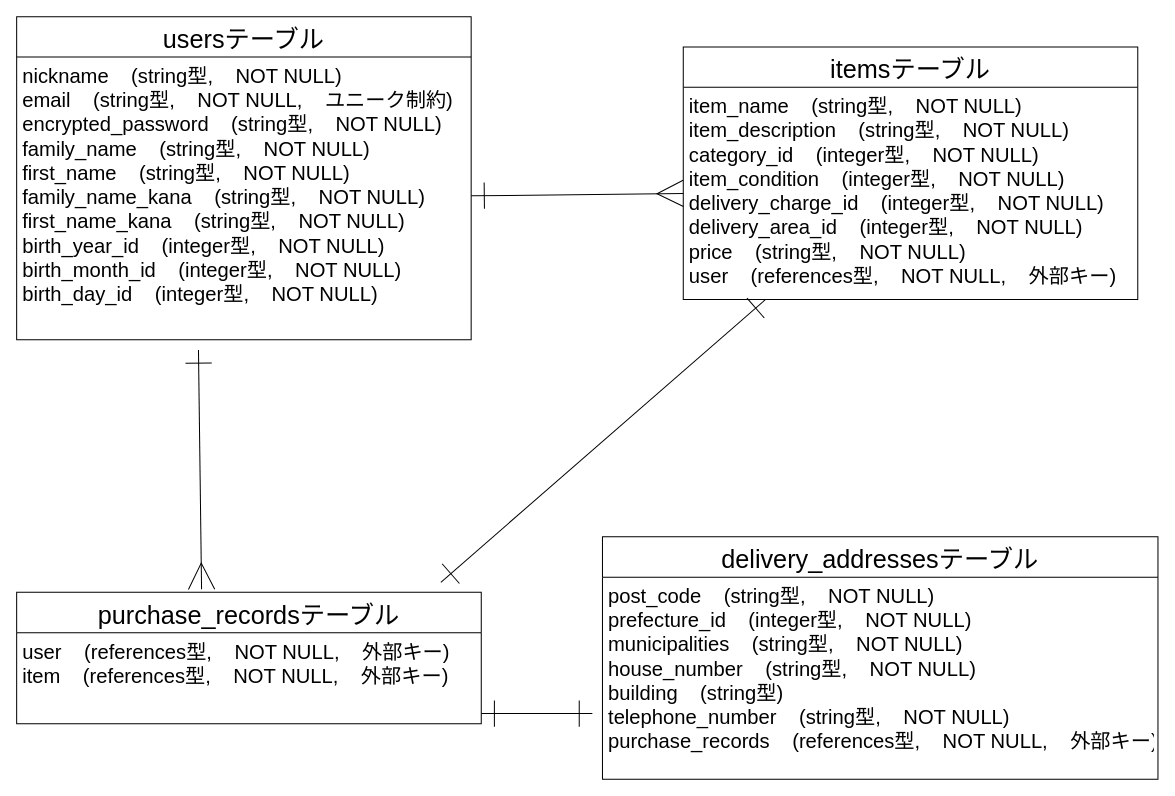
mth3428/furima-38429 keeps this draw.io diagram as furima-38429.dio. Above is the earlier version. Source tidied: cells renumbered, new cells numbered last; positions are measured from the earlier drawing's top-left corner, leaving out a move shared by most shapes. Both pictures are drawn from the tidied source at 101%, with x=0, y=0 at pixel (16, 16).
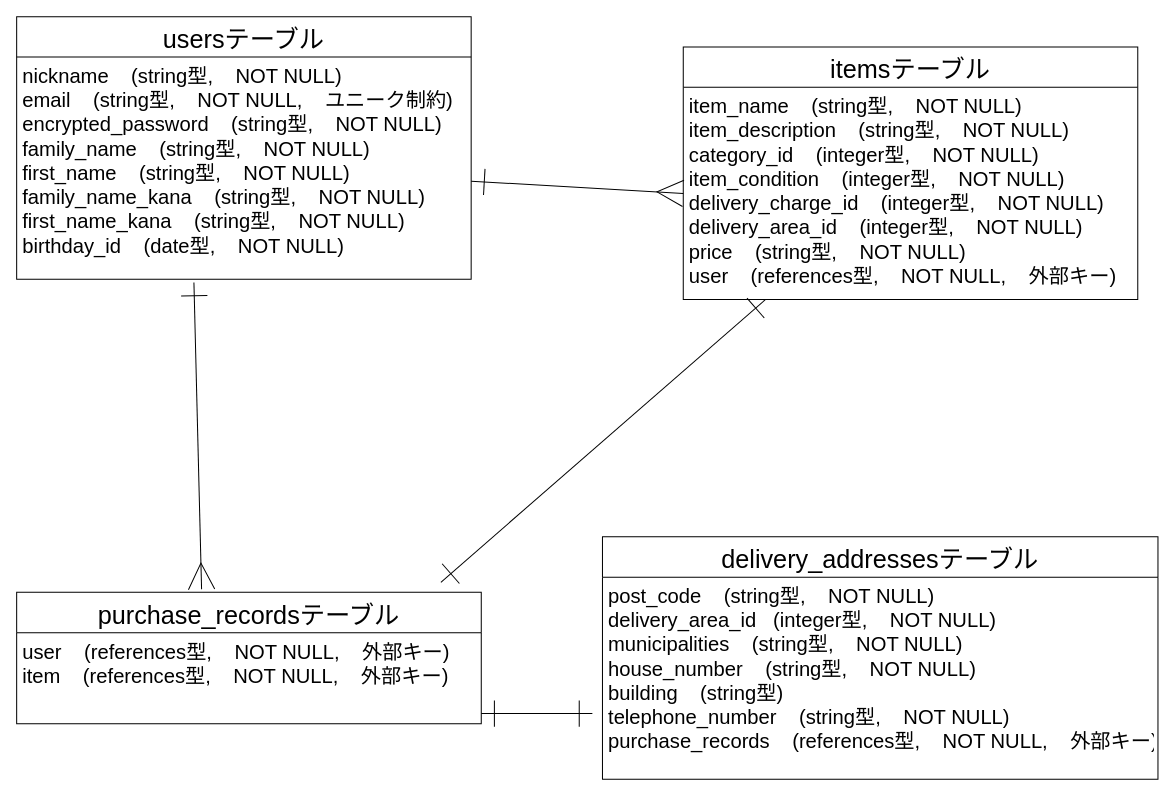
Above is the later version.

Commit message (it also covers changes not shown here):
READMEとER図の編集

The edit, as a diff of the source:
```diff
@@
 <mxGraphModel>
   <root>
     <mxCell id="0" />
     <mxCell id="1" parent="0" />
     <mxCell id="2" value="usersテーブル" style="swimlane;fontStyle=0;horizontal=1;startSize=40;align=center;fontSize=25;" parent="1" vertex="1">
-      <mxGeometry width="450" height="320" as="geometry" />
+      <mxGeometry width="450" height="260" as="geometry" />
     </mxCell>
-    <mxCell id="3" value="nickname    (string型,    NOT NULL)&#10;email    (string型,    NOT NULL,    ユニーク制約)&#10;encrypted_password    (string型,    NOT NULL)&#10;family_name    (string型,    NOT NULL)&#10;first_name    (string型,    NOT NULL)&#10;family_name_kana    (string型,    NOT NULL)&#10;first_name_kana    (string型,    NOT NULL)&#10;birth_year_id    (integer型,    NOT NULL)&#10;birth_month_id    (integer型,    NOT NULL)&#10;birth_day_id    (integer型,    NOT NULL)&#10;" style="text;strokeColor=none;fillColor=none;spacingLeft=4;spacingRight=4;overflow=hidden;points=[[0,0.5],[1,0.5]];portConstraint=eastwest;fontSize=20;" parent="2" vertex="1">
-      <mxGeometry y="40" width="450" height="280" as="geometry" />
+    <mxCell id="3" value="nickname    (string型,    NOT NULL)&#10;email    (string型,    NOT NULL,    ユニーク制約)&#10;encrypted_password    (string型,    NOT NULL)&#10;family_name    (string型,    NOT NULL)&#10;first_name    (string型,    NOT NULL)&#10;family_name_kana    (string型,    NOT NULL)&#10;first_name_kana    (string型,    NOT NULL)&#10;birthday_id    (date型,    NOT NULL)&#10;" style="text;strokeColor=none;fillColor=none;spacingLeft=4;spacingRight=4;overflow=hidden;points=[[0,0.5],[1,0.5]];portConstraint=eastwest;fontSize=20;" parent="2" vertex="1">
+      <mxGeometry y="40" width="450" height="220" as="geometry" />
     </mxCell>
     <mxCell id="4" style="edgeStyle=none;html=1;fontSize=17;startArrow=ERone;startFill=0;endArrow=ERone;endFill=0;startSize=24;endSize=24;strokeWidth=1;" parent="1" edge="1" source="5">
       <mxGeometry relative="1" as="geometry">
         <mxPoint x="420" y="560" as="targetPoint" />
       </mxGeometry>
     </mxCell>
     <mxCell id="5" value="itemsテーブル" style="swimlane;fontStyle=0;horizontal=1;startSize=40;align=center;fontSize=25;" parent="1" vertex="1">
       <mxGeometry x="660" y="30" width="450" height="250" as="geometry" />
     </mxCell>
     <mxCell id="6" value="item_name    (string型,    NOT NULL)&#10;item_description    (string型,    NOT NULL)&#10;category_id    (integer型,    NOT NULL)&#10;item_condition    (integer型,    NOT NULL)&#10;delivery_charge_id    (integer型,    NOT NULL)&#10;delivery_area_id    (integer型,    NOT NULL)&#10;price    (string型,    NOT NULL)&#10;user    (references型,    NOT NULL,    外部キー)&#10;&#10;" style="text;strokeColor=none;fillColor=none;spacingLeft=4;spacingRight=4;overflow=hidden;points=[[0,0.5],[1,0.5]];portConstraint=eastwest;fontSize=20;" parent="5" vertex="1">
       <mxGeometry y="40" width="450" height="210" as="geometry" />
     </mxCell>
     <mxCell id="7" value="purchase_recordsテーブル" style="swimlane;fontStyle=0;horizontal=1;startSize=40;align=center;fontSize=25;" parent="1" vertex="1">
       <mxGeometry y="570" width="460" height="130" as="geometry" />
     </mxCell>
     <mxCell id="8" value="user    (references型,    NOT NULL,    外部キー)&#10;item    (references型,    NOT NULL,    外部キー)&#10;" style="text;strokeColor=none;fillColor=none;spacingLeft=4;spacingRight=4;overflow=hidden;fontSize=20;" parent="7" vertex="1">
       <mxGeometry y="40" width="460" height="90" as="geometry" />
     </mxCell>
     <mxCell id="9" value="delivery_addressesテーブル" style="swimlane;fontStyle=0;horizontal=1;startSize=40;align=center;fontSize=25;" parent="1" vertex="1">
       <mxGeometry x="580" y="515" width="550" height="240" as="geometry" />
     </mxCell>
-    <mxCell id="10" value="post_code    (string型,    NOT NULL)&#10;prefecture_id    (integer型,    NOT NULL)&#10;municipalities    (string型,    NOT NULL)&#10;house_number    (string型,    NOT NULL)&#10;building    (string型)&#10;telephone_number    (string型,    NOT NULL)&#10;purchase_records    (references型,    NOT NULL,    外部キー)" style="text;strokeColor=none;fillColor=none;spacingLeft=4;spacingRight=4;overflow=hidden;fontSize=20;" parent="9" vertex="1">
+    <mxCell id="10" value="post_code    (string型,    NOT NULL)&#10;delivery_area_id   (integer型,    NOT NULL)&#10;municipalities    (string型,    NOT NULL)&#10;house_number    (string型,    NOT NULL)&#10;building    (string型)&#10;telephone_number    (string型,    NOT NULL)&#10;purchase_records    (references型,    NOT NULL,    外部キー)" style="text;strokeColor=none;fillColor=none;spacingLeft=4;spacingRight=4;overflow=hidden;fontSize=20;" parent="9" vertex="1">
       <mxGeometry y="40" width="550" height="200" as="geometry" />
     </mxCell>
     <mxCell id="11" style="edgeStyle=none;html=1;entryX=0;entryY=0.5;entryDx=0;entryDy=0;fontSize=17;endArrow=ERmany;endFill=0;startArrow=ERone;startFill=0;strokeWidth=1;endSize=24;startSize=24;" parent="1" edge="1" source="3" target="6">
       <mxGeometry relative="1" as="geometry" />
     </mxCell>
-    <mxCell id="12" style="edgeStyle=none;html=1;entryX=0.398;entryY=-0.023;entryDx=0;entryDy=0;fontSize=17;endArrow=ERmany;endFill=0;startArrow=ERone;startFill=0;strokeWidth=1;endSize=24;startSize=24;entryPerimeter=0;" parent="1" edge="1" target="7">
-      <mxGeometry relative="1" as="geometry">
-        <mxPoint x="180" y="330" as="sourcePoint" />
-      </mxGeometry>
+    <mxCell id="12" style="edgeStyle=none;html=1;entryX=0.398;entryY=-0.023;entryDx=0;entryDy=0;fontSize=17;endArrow=ERmany;endFill=0;startArrow=ERone;startFill=0;strokeWidth=1;endSize=24;startSize=24;entryPerimeter=0;exitX=0.39;exitY=1.015;exitDx=0;exitDy=0;exitPerimeter=0;" parent="1" edge="1" source="3" target="7">
+      <mxGeometry relative="1" as="geometry" />
     </mxCell>
     <mxCell id="13" style="edgeStyle=none;html=1;fontSize=17;startArrow=ERone;startFill=0;endArrow=ERone;endFill=0;startSize=24;endSize=24;strokeWidth=1;" parent="1" edge="1">
       <mxGeometry relative="1" as="geometry">
         <mxPoint x="570" y="690" as="sourcePoint" />
         <mxPoint x="460" y="690" as="targetPoint" />
       </mxGeometry>
     </mxCell>
   </root>
 </mxGraphModel>
```
